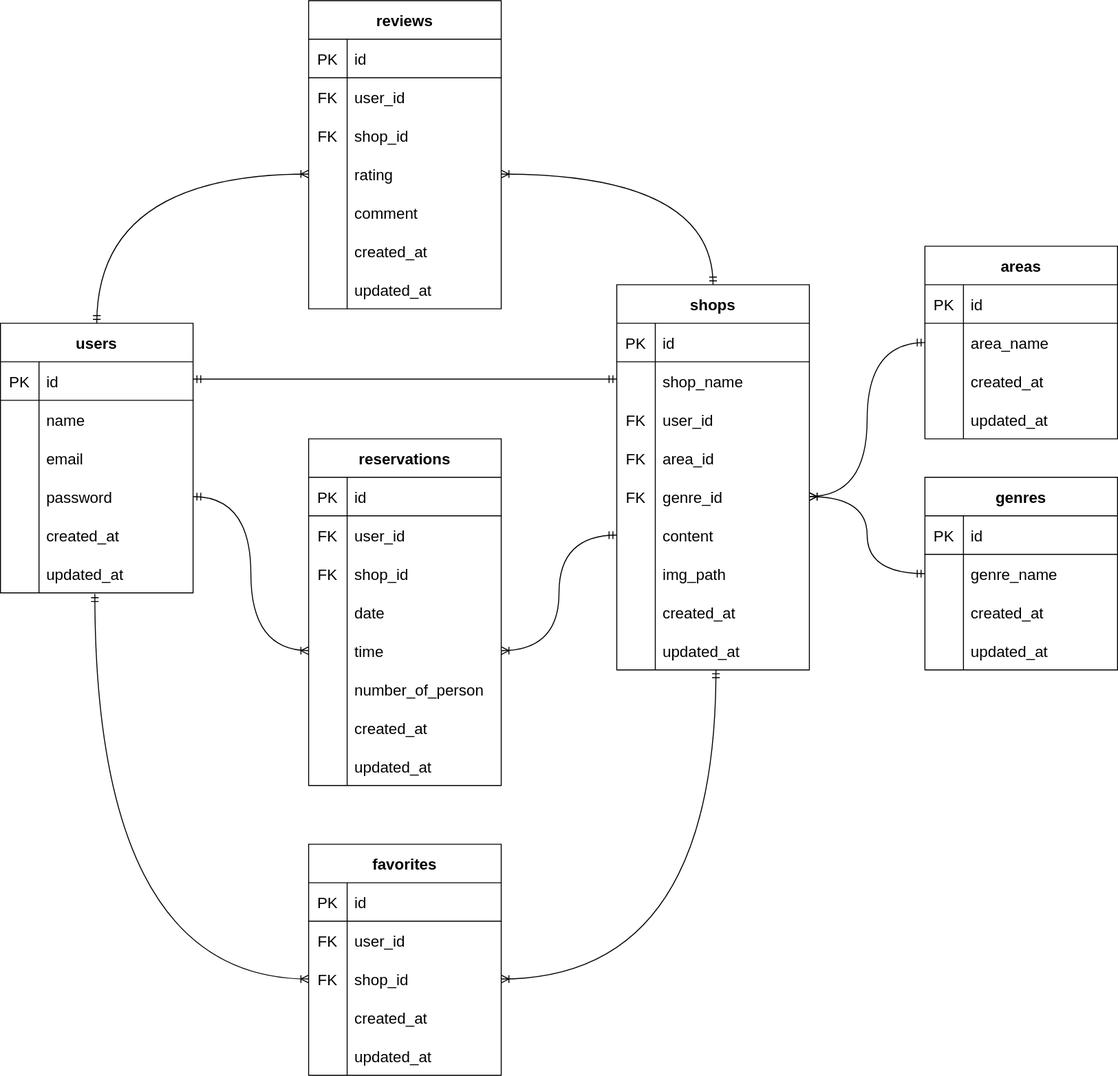
Earlier version of the draw.io export Rese.drawio.svg (yuusakuhariya/Rese). Source tidied: cells renumbered, new cells last; positions are measured from the earlier drawing's top-left corner, leaving out a move shared by most shapes.
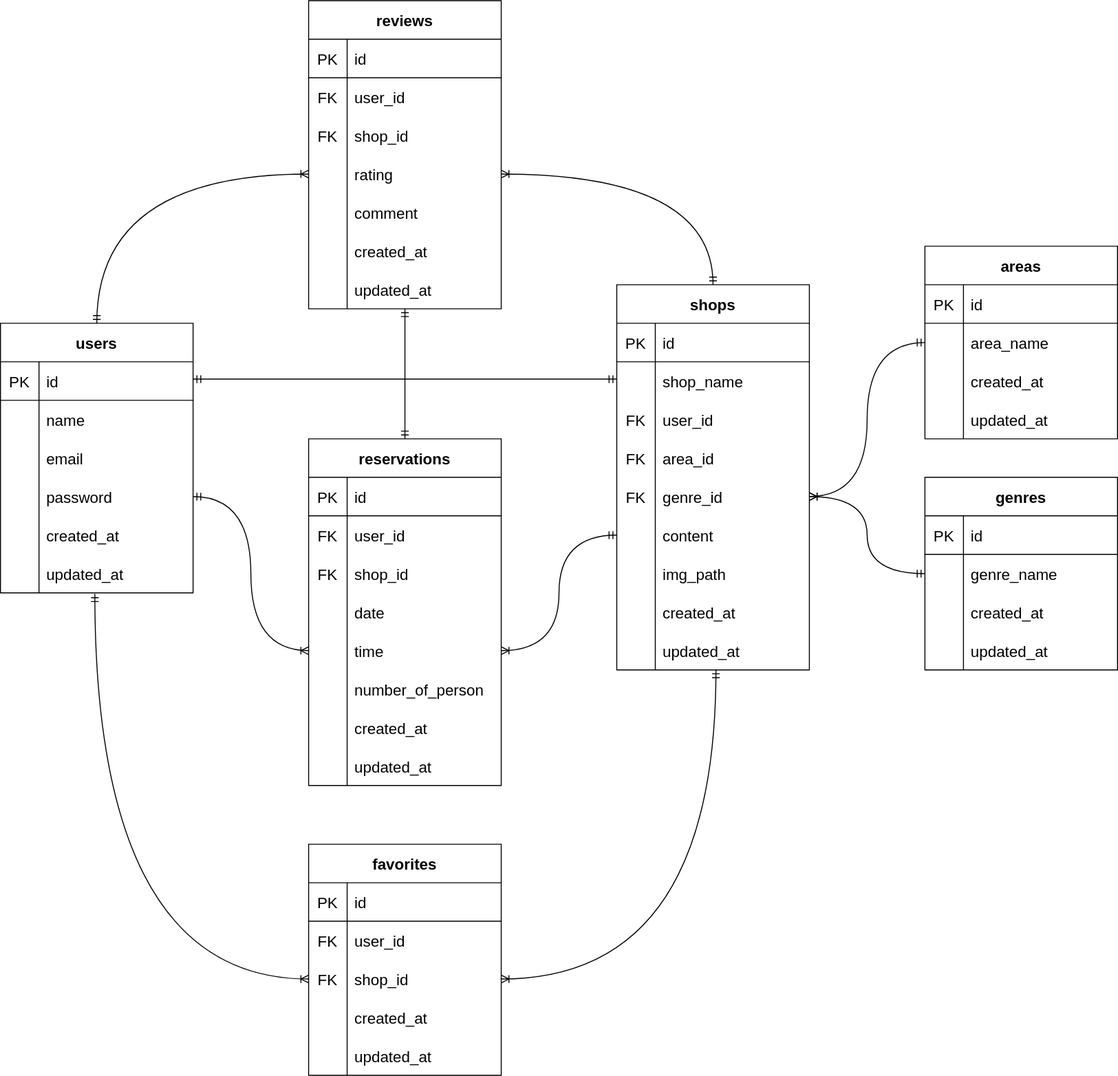
Later version of the same file.

The edit, as a diff of the source:
```diff
@@ -62,6 +62,9 @@
     <mxCell id="21" value="updated_at" style="shape=partialRectangle;fillColor=none;top=0;left=0;bottom=0;right=0;align=left;spacingLeft=6;overflow=hidden;fontSize=16;" parent="19" vertex="1">
       <mxGeometry x="40" width="160" height="40" as="geometry" />
     </mxCell>
+    <mxCell id="149" style="edgeStyle=none;html=1;exitX=0.5;exitY=0;exitDx=0;exitDy=0;startArrow=ERmandOne;startFill=0;endArrow=ERmandOne;endFill=0;" parent="1" edge="1" source="22" target="145">
+      <mxGeometry relative="1" as="geometry" />
+    </mxCell>
     <mxCell id="22" value="reservations" style="shape=table;startSize=40;rowLines=0;fontStyle=1;align=center;fontSize=16;" parent="1" vertex="1">
       <mxGeometry x="320" y="455" width="200" height="360" as="geometry" />
     </mxCell>
```
